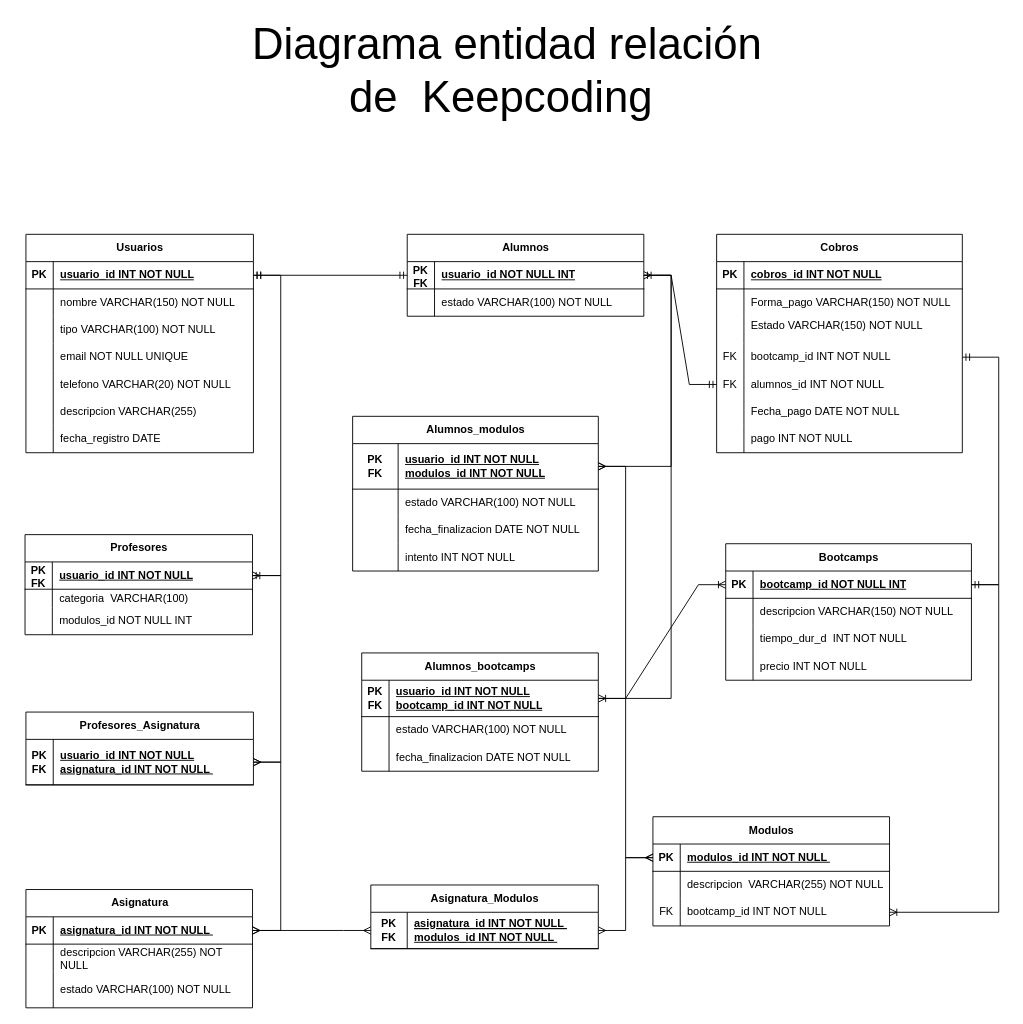
NauziX/SQL_Advanced_Practice keeps this draw.io diagram as Diagrama_ERKeepCoding.drawio. Above is the earlier version. Source tidied: cells renumbered, new cells numbered last; positions are measured from the earlier drawing's top-left corner, leaving out a move shared by most shapes. Both pictures are drawn from the tidied source at 91%, with x=0, y=0 at pixel (-239, 15).
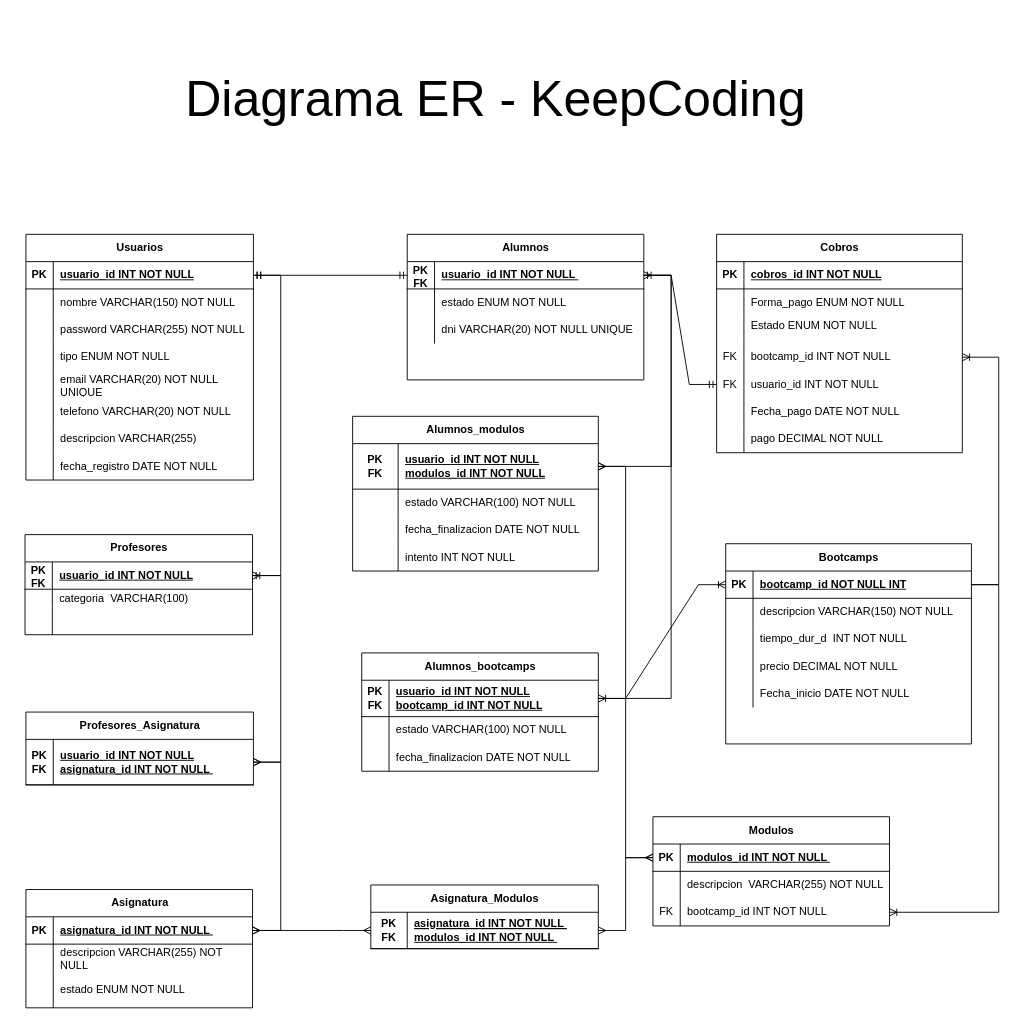
Above is the later version.

Unchanged cells that the change refers to:
```xml
<mxCell id="4" style="shape=tableRow;horizontal=0;startSize=0;swimlaneHead=0;swimlaneBody=0;fillColor=none;points=[[0,0.5],[1,0.5]];portConstraint=eastwest;top=0;left=0;right=0;bottom=1;" parent="3" vertex="1">
  <mxGeometry y="30" width="270" height="30" as="geometry" />
</mxCell>
<mxCell id="13" style="shape=tableRow;horizontal=0;startSize=0;swimlaneHead=0;swimlaneBody=0;fillColor=none;top=0;left=0;right=0;bottom=0;" parent="3" vertex="1">
  <mxGeometry y="120" width="270" height="30" as="geometry" />
</mxCell>
<mxCell id="33" style="shape=tableRow;horizontal=0;startSize=0;swimlaneHead=0;swimlaneBody=0;fillColor=none;top=0;left=0;right=0;bottom=0;" parent="26" vertex="1">
  <mxGeometry y="90" width="249" height="40" as="geometry" />
</mxCell>
<mxCell id="43" style="shape=tableRow;horizontal=0;startSize=0;swimlaneHead=0;swimlaneBody=0;fillColor=none;top=0;left=0;right=0;bottom=0;" parent="36" vertex="1">
  <mxGeometry y="80" width="250" height="30" as="geometry" />
</mxCell>
<mxCell id="50" style="shape=tableRow;horizontal=0;startSize=0;swimlaneHead=0;swimlaneBody=0;fillColor=none;top=0;left=0;right=0;bottom=0;" parent="46" vertex="1">
  <mxGeometry y="60" width="270" height="30" as="geometry" />
</mxCell>
<mxCell id="53" style="shape=tableRow;horizontal=0;startSize=0;swimlaneHead=0;swimlaneBody=0;fillColor=none;top=0;left=0;right=0;bottom=0;" parent="46" vertex="1">
  <mxGeometry y="90" width="270" height="30" as="geometry" />
</mxCell>
<mxCell id="56" style="shape=tableRow;horizontal=0;startSize=0;swimlaneHead=0;swimlaneBody=0;fillColor=none;points=[[0,0.5],[1,0.5]];portConstraint=eastwest;top=0;left=0;right=0;bottom=0;" parent="46" vertex="1">
  <mxGeometry y="120" width="270" height="30" as="geometry" />
</mxCell>
<mxCell id="59" style="shape=tableRow;horizontal=0;startSize=0;swimlaneHead=0;swimlaneBody=0;fillColor=none;points=[[0,0.5],[1,0.5]];portConstraint=eastwest;top=0;left=0;right=0;bottom=0;" parent="46" vertex="1">
  <mxGeometry y="150" width="270" height="30" as="geometry" />
</mxCell>
<mxCell id="65" style="shape=tableRow;horizontal=0;startSize=0;swimlaneHead=0;swimlaneBody=0;fillColor=none;top=0;left=0;right=0;bottom=0;" parent="46" vertex="1">
  <mxGeometry y="210" width="270" height="30" as="geometry" />
</mxCell>
<mxCell id="96" style="shape=tableRow;horizontal=0;startSize=0;swimlaneHead=0;swimlaneBody=0;fillColor=none;points=[[0,0.5],[1,0.5]];portConstraint=eastwest;top=0;left=0;right=0;bottom=1;" parent="95" vertex="1">
  <mxGeometry y="30" width="260" height="30" as="geometry" />
</mxCell>
<mxCell id="99" style="shape=tableRow;horizontal=0;startSize=0;swimlaneHead=0;swimlaneBody=0;fillColor=none;top=0;left=0;right=0;bottom=0;" parent="95" vertex="1">
  <mxGeometry y="60" width="260" height="30" as="geometry" />
</mxCell>
```

The edit, as a diff of the source:
```diff
@@
-    <mxCell id="2" value="&lt;font style=&quot;font-size: 48px;&quot;&gt;Diagrama entidad relación de&amp;nbsp; Keepcoding&amp;nbsp;&lt;/font&gt;" style="text;html=1;align=center;verticalAlign=middle;whiteSpace=wrap;rounded=0;" parent="1" vertex="1">
-      <mxGeometry x="530" width="580" height="120" as="geometry" />
+    <mxCell id="2" value="&lt;font style=&quot;font-size: 55px;&quot;&gt;Diagrama ER - KeepCoding&amp;nbsp;&lt;/font&gt;" style="text;html=1;align=center;verticalAlign=middle;whiteSpace=wrap;rounded=0;" parent="1" vertex="1">
+      <mxGeometry x="280" width="1070" height="180" as="geometry" />
     </mxCell>
     <mxCell id="3" value="Bootcamps" style="shape=table;startSize=30;childLayout=tableLayout;rowLines=0;fontStyle=1;align=center;html=1;" parent="1" vertex="1">
-      <mxGeometry x="1060" y="580" width="270" height="150" as="geometry" />
+      <mxGeometry x="1060" y="580" width="270" height="220" as="geometry" />
     </mxCell>
@@
-    <mxCell id="15" value="precio INT NOT NULL&amp;nbsp;" style="shape=partialRectangle;fillColor=none;top=0;left=0;bottom=0;right=0;align=left;spacingLeft=6;overflow=hidden;whiteSpace=wrap;html=1;" parent="13" vertex="1">
+    <mxCell id="15" value="precio DECIMAL NOT NULL&amp;nbsp;" style="shape=partialRectangle;fillColor=none;top=0;left=0;bottom=0;right=0;align=left;spacingLeft=6;overflow=hidden;whiteSpace=wrap;html=1;" parent="13" vertex="1">
       <mxGeometry x="30" width="240" height="30" as="geometry" />
     </mxCell>
+    <mxCell id="141" style="shape=tableRow;horizontal=0;startSize=0;swimlaneHead=0;swimlaneBody=0;fillColor=none;top=0;left=0;right=0;bottom=0;" parent="3" vertex="1">
+      <mxGeometry y="150" width="270" height="30" as="geometry" />
+    </mxCell>
+    <mxCell id="142" style="shape=partialRectangle;fillColor=none;top=0;left=0;bottom=0;right=0;overflow=hidden;whiteSpace=wrap;html=1;" parent="141" vertex="1">
+      <mxGeometry width="30" height="30" as="geometry" />
+    </mxCell>
+    <mxCell id="143" value="Fecha_inicio DATE NOT NULL" style="shape=partialRectangle;fillColor=none;top=0;left=0;bottom=0;right=0;align=left;spacingLeft=6;overflow=hidden;whiteSpace=wrap;html=1;" parent="141" vertex="1">
+      <mxGeometry x="30" width="240" height="30" as="geometry" />
+    </mxCell>
@@
-    <mxCell id="35" value="estado VARCHAR(100) NOT NULL" style="shape=partialRectangle;fillColor=none;top=0;left=0;bottom=0;right=0;align=left;spacingLeft=6;overflow=hidden;whiteSpace=wrap;html=1;" parent="33" vertex="1">
+    <mxCell id="35" value="estado ENUM NOT NULL" style="shape=partialRectangle;fillColor=none;top=0;left=0;bottom=0;right=0;align=left;spacingLeft=6;overflow=hidden;whiteSpace=wrap;html=1;" parent="33" vertex="1">
       <mxGeometry x="30" width="219" height="40" as="geometry" />
     </mxCell>
@@
-    <mxCell id="45" value="modulos_id NOT NULL INT" style="shape=partialRectangle;fillColor=none;top=0;left=0;bottom=0;right=0;align=left;spacingLeft=6;overflow=hidden;whiteSpace=wrap;html=1;" parent="43" vertex="1">
+    <mxCell id="45" style="shape=partialRectangle;fillColor=none;top=0;left=0;bottom=0;right=0;align=left;spacingLeft=6;overflow=hidden;whiteSpace=wrap;html=1;" parent="43" vertex="1">
       <mxGeometry x="30" width="220" height="30" as="geometry" />
     </mxCell>
@@
-    <mxCell id="52" value="Forma_pago VARCHAR(150)&amp;nbsp;NOT NULL&amp;nbsp;" style="shape=partialRectangle;fillColor=none;top=0;left=0;bottom=0;right=0;align=left;spacingLeft=6;overflow=hidden;whiteSpace=wrap;html=1;" parent="50" vertex="1">
+    <mxCell id="52" value="Forma_pago ENUM NOT NULL&amp;nbsp;" style="shape=partialRectangle;fillColor=none;top=0;left=0;bottom=0;right=0;align=left;spacingLeft=6;overflow=hidden;whiteSpace=wrap;html=1;" parent="50" vertex="1">
       <mxGeometry x="30" width="240" height="30" as="geometry" />
     </mxCell>
@@
-    <mxCell id="55" value="Estado VARCHAR(150)&amp;nbsp;NOT NULL&amp;nbsp;&lt;div&gt;&lt;br&gt;&lt;/div&gt;" style="shape=partialRectangle;fillColor=none;top=0;left=0;bottom=0;right=0;align=left;spacingLeft=6;overflow=hidden;whiteSpace=wrap;html=1;" parent="53" vertex="1">
+    <mxCell id="55" value="Estado ENUM NOT NULL&amp;nbsp;&lt;div&gt;&lt;br&gt;&lt;/div&gt;" style="shape=partialRectangle;fillColor=none;top=0;left=0;bottom=0;right=0;align=left;spacingLeft=6;overflow=hidden;whiteSpace=wrap;html=1;" parent="53" vertex="1">
       <mxGeometry x="30" width="240" height="30" as="geometry" />
     </mxCell>
@@
-    <mxCell id="61" value="alumnos_id INT&amp;nbsp;NOT NULL&amp;nbsp;" style="shape=partialRectangle;fillColor=none;top=0;left=0;bottom=0;right=0;align=left;spacingLeft=6;overflow=hidden;whiteSpace=wrap;html=1;" parent="59" vertex="1">
+    <mxCell id="61" value="usuario_id INT&amp;nbsp;NOT NULL&amp;nbsp;" style="shape=partialRectangle;fillColor=none;top=0;left=0;bottom=0;right=0;align=left;spacingLeft=6;overflow=hidden;whiteSpace=wrap;html=1;" parent="59" vertex="1">
       <mxGeometry x="30" width="240" height="30" as="geometry" />
     </mxCell>
@@
-    <mxCell id="67" value="pago INT NOT NULL&amp;nbsp;" style="shape=partialRectangle;fillColor=none;top=0;left=0;bottom=0;right=0;align=left;spacingLeft=6;overflow=hidden;whiteSpace=wrap;html=1;" parent="65" vertex="1">
+    <mxCell id="67" value="pago DECIMAL NOT NULL&amp;nbsp;" style="shape=partialRectangle;fillColor=none;top=0;left=0;bottom=0;right=0;align=left;spacingLeft=6;overflow=hidden;whiteSpace=wrap;html=1;" parent="65" vertex="1">
       <mxGeometry x="30" width="240" height="30" as="geometry" />
     </mxCell>
@@
-    <mxCell id="70" style="edgeStyle=entityRelationEdgeStyle;fontSize=12;html=1;endArrow=ERmandOne;startArrow=ERmandOne;rounded=0;" parent="1" edge="1" source="4" target="56">
-      <mxGeometry relative="1" as="geometry">
-        <Array as="points">
-          <mxPoint x="1260" y="380" />
-        </Array>
-      </mxGeometry>
-    </mxCell>
@@
     <mxCell id="95" value="Alumnos" style="shape=table;startSize=30;childLayout=tableLayout;rowLines=0;fontStyle=1;align=center;html=1;" parent="1" vertex="1">
-      <mxGeometry x="710" y="240" width="260" height="90" as="geometry" />
+      <mxGeometry x="710" y="240" width="260" height="160" as="geometry" />
     </mxCell>
@@
-    <mxCell id="98" value="usuario_id NOT NULL INT" style="shape=partialRectangle;fillColor=none;top=0;left=0;bottom=0;right=0;align=left;spacingLeft=6;fontStyle=5;overflow=hidden;whiteSpace=wrap;html=1;" parent="96" vertex="1">
+    <mxCell id="98" value="usuario_id INT&amp;nbsp;NOT NULL&amp;nbsp;" style="shape=partialRectangle;fillColor=none;top=0;left=0;bottom=0;right=0;align=left;spacingLeft=6;fontStyle=5;overflow=hidden;whiteSpace=wrap;html=1;" parent="96" vertex="1">
       <mxGeometry x="30" width="230" height="30" as="geometry" />
     </mxCell>
@@
-    <mxCell id="101" value="estado VARCHAR(100) NOT NULL" style="shape=partialRectangle;fillColor=none;top=0;left=0;bottom=0;right=0;align=left;spacingLeft=6;overflow=hidden;whiteSpace=wrap;html=1;" parent="99" vertex="1">
+    <mxCell id="101" value="estado ENUM NOT NULL" style="shape=partialRectangle;fillColor=none;top=0;left=0;bottom=0;right=0;align=left;spacingLeft=6;overflow=hidden;whiteSpace=wrap;html=1;" parent="99" vertex="1">
       <mxGeometry x="30" width="230" height="30" as="geometry" />
     </mxCell>
+    <mxCell id="144" style="shape=tableRow;horizontal=0;startSize=0;swimlaneHead=0;swimlaneBody=0;fillColor=none;top=0;left=0;right=0;bottom=0;" parent="95" vertex="1">
+      <mxGeometry y="90" width="260" height="30" as="geometry" />
+    </mxCell>
+    <mxCell id="145" style="shape=partialRectangle;fillColor=none;top=0;left=0;bottom=0;right=0;overflow=hidden;whiteSpace=wrap;html=1;" parent="144" vertex="1">
+      <mxGeometry width="30" height="30" as="geometry" />
+    </mxCell>
+    <mxCell id="146" value="dni VARCHAR(20) NOT NULL UNIQUE" style="shape=partialRectangle;fillColor=none;top=0;left=0;bottom=0;right=0;align=left;spacingLeft=6;overflow=hidden;whiteSpace=wrap;html=1;" parent="144" vertex="1">
+      <mxGeometry x="30" width="230" height="30" as="geometry" />
+    </mxCell>
@@
     <mxCell id="118" value="Usuarios" style="shape=table;startSize=30;childLayout=tableLayout;rowLines=0;fontStyle=1;align=center;html=1;" parent="1" vertex="1">
-      <mxGeometry x="291" y="240" width="250" height="240" as="geometry" />
+      <mxGeometry x="291" y="240" width="250" height="270" as="geometry" />
     </mxCell>
@@
+    <mxCell id="147" style="shape=tableRow;horizontal=0;startSize=0;swimlaneHead=0;swimlaneBody=0;fillColor=none;top=0;left=0;right=0;bottom=0;" parent="118" vertex="1">
+      <mxGeometry y="90" width="250" height="30" as="geometry" />
+    </mxCell>
+    <mxCell id="148" style="shape=partialRectangle;fillColor=none;top=0;left=0;bottom=0;right=0;overflow=hidden;whiteSpace=wrap;html=1;" parent="147" vertex="1">
+      <mxGeometry width="30" height="30" as="geometry" />
+    </mxCell>
+    <mxCell id="149" value="password VARCHAR(255) NOT NULL" style="shape=partialRectangle;fillColor=none;top=0;left=0;bottom=0;right=0;align=left;spacingLeft=6;overflow=hidden;whiteSpace=wrap;html=1;" parent="147" vertex="1">
+      <mxGeometry x="30" width="220" height="30" as="geometry" />
+    </mxCell>
     <mxCell id="125" style="shape=tableRow;horizontal=0;startSize=0;swimlaneHead=0;swimlaneBody=0;fillColor=none;top=0;left=0;right=0;bottom=0;" parent="118" vertex="1">
-      <mxGeometry y="90" width="250" height="30" as="geometry" />
+      <mxGeometry y="120" width="250" height="30" as="geometry" />
     </mxCell>
@@
-    <mxCell id="127" value="tipo VARCHAR(100) NOT NULL" style="shape=partialRectangle;fillColor=none;top=0;left=0;bottom=0;right=0;align=left;spacingLeft=6;overflow=hidden;whiteSpace=wrap;html=1;" parent="125" vertex="1">
+    <mxCell id="127" value="tipo ENUM NOT NULL" style="shape=partialRectangle;fillColor=none;top=0;left=0;bottom=0;right=0;align=left;spacingLeft=6;overflow=hidden;whiteSpace=wrap;html=1;" parent="125" vertex="1">
       <mxGeometry x="30" width="220" height="30" as="geometry" />
     </mxCell>
     <mxCell id="128" style="shape=tableRow;horizontal=0;startSize=0;swimlaneHead=0;swimlaneBody=0;fillColor=none;top=0;left=0;right=0;bottom=0;" parent="118" vertex="1">
-      <mxGeometry y="120" width="250" height="30" as="geometry" />
+      <mxGeometry y="150" width="250" height="30" as="geometry" />
     </mxCell>
@@
-    <mxCell id="130" value="email NOT NULL UNIQUE" style="shape=partialRectangle;fillColor=none;top=0;left=0;bottom=0;right=0;align=left;spacingLeft=6;overflow=hidden;whiteSpace=wrap;html=1;" parent="128" vertex="1">
+    <mxCell id="130" value="email VARCHAR(20) NOT NULL&amp;nbsp; UNIQUE" style="shape=partialRectangle;fillColor=none;top=0;left=0;bottom=0;right=0;align=left;spacingLeft=6;overflow=hidden;whiteSpace=wrap;html=1;" parent="128" vertex="1">
       <mxGeometry x="30" width="220" height="30" as="geometry" />
     </mxCell>
     <mxCell id="131" style="shape=tableRow;horizontal=0;startSize=0;swimlaneHead=0;swimlaneBody=0;fillColor=none;top=0;left=0;right=0;bottom=0;" parent="118" vertex="1">
-      <mxGeometry y="150" width="250" height="30" as="geometry" />
+      <mxGeometry y="180" width="250" height="30" as="geometry" />
     </mxCell>
@@
     <mxCell id="134" style="shape=tableRow;horizontal=0;startSize=0;swimlaneHead=0;swimlaneBody=0;fillColor=none;top=0;left=0;right=0;bottom=0;" parent="118" vertex="1">
-      <mxGeometry y="180" width="250" height="30" as="geometry" />
+      <mxGeometry y="210" width="250" height="30" as="geometry" />
     </mxCell>
@@
     <mxCell id="137" style="shape=tableRow;horizontal=0;startSize=0;swimlaneHead=0;swimlaneBody=0;fillColor=none;top=0;left=0;right=0;bottom=0;" parent="118" vertex="1">
-      <mxGeometry y="210" width="250" height="30" as="geometry" />
+      <mxGeometry y="240" width="250" height="30" as="geometry" />
     </mxCell>
@@
-    <mxCell id="139" value="fecha_registro DATE" style="shape=partialRectangle;fillColor=none;top=0;left=0;bottom=0;right=0;align=left;spacingLeft=6;overflow=hidden;whiteSpace=wrap;html=1;" parent="137" vertex="1">
+    <mxCell id="139" value="fecha_registro DATE NOT NULL" style="shape=partialRectangle;fillColor=none;top=0;left=0;bottom=0;right=0;align=left;spacingLeft=6;overflow=hidden;whiteSpace=wrap;html=1;" parent="137" vertex="1">
       <mxGeometry x="30" width="220" height="30" as="geometry" />
     </mxCell>
@@
+    <mxCell id="70" style="edgeStyle=entityRelationEdgeStyle;fontSize=12;html=1;endArrow=ERoneToMany;rounded=0;" parent="1" edge="1" source="4" target="56">
+      <mxGeometry relative="1" as="geometry">
+        <Array as="points">
+          <mxPoint x="1670" y="380" />
+        </Array>
+      </mxGeometry>
+    </mxCell>
```
